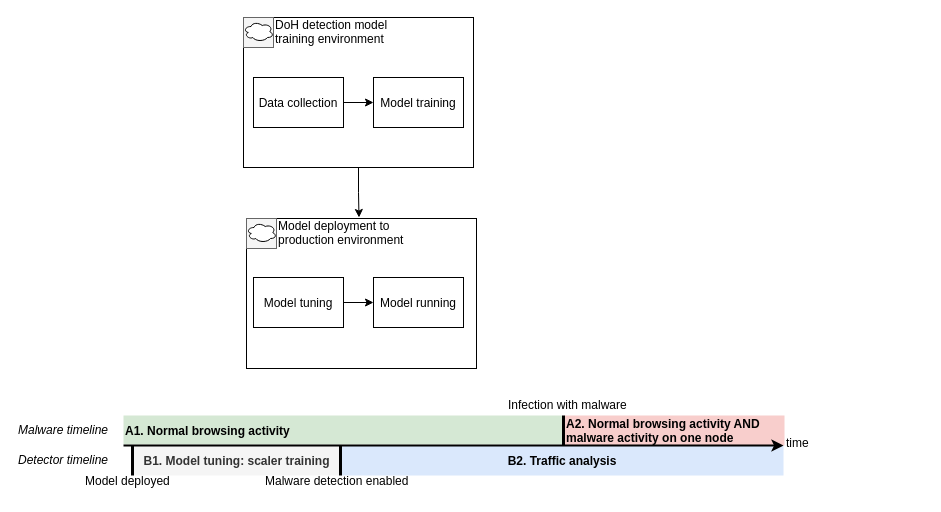
This is src/work/2023-03-08-flubot-multiple-nodes/timeline.dio from rrader/doh-flubot-detection, a draw.io file, before an edit. Source tidied: cells renumbered, new cells numbered last; positions are measured from the earlier drawing's top-left corner, leaving out a move shared by most shapes. Both pictures are drawn from the tidied source at 100%, with x=0, y=0 at pixel (16, 16).
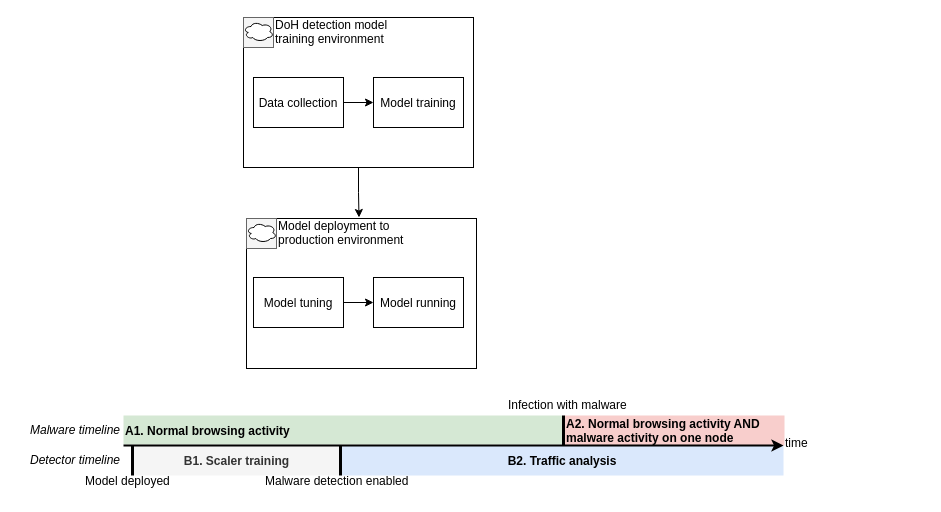
Above is the later version.

What changed in the source:
```diff
@@
-    <mxCell id="3" value="B1. Model tuning: scaler training" style="text;strokeColor=none;fillColor=#f5f5f5;align=center;verticalAlign=middle;rounded=0;fontStyle=1;fontColor=#333333;" parent="1" vertex="1">
+    <mxCell id="3" value="B1. Scaler training" style="text;strokeColor=none;fillColor=#f5f5f5;align=center;verticalAlign=middle;rounded=0;fontStyle=1;fontColor=#333333;" parent="1" vertex="1">
       <mxGeometry x="117" y="429" width="207" height="30" as="geometry" />
     </mxCell>
@@
     <mxCell id="28" value="Detector timeline" style="text;strokeColor=none;fillColor=none;align=left;verticalAlign=middle;rounded=0;fontStyle=2;" parent="1" vertex="1">
-      <mxGeometry y="428" width="117" height="30" as="geometry" />
+      <mxGeometry x="12" y="428" width="117" height="30" as="geometry" />
     </mxCell>
     <mxCell id="29" value="Malware timeline" style="text;strokeColor=none;fillColor=none;align=left;verticalAlign=middle;rounded=0;fontStyle=2;" parent="1" vertex="1">
-      <mxGeometry y="398" width="117" height="30" as="geometry" />
+      <mxGeometry x="12" y="398" width="117" height="30" as="geometry" />
     </mxCell>
     <mxCell id="30" value="time" style="text;strokeColor=none;fillColor=none;align=left;verticalAlign=middle;rounded=0;" parent="1" vertex="1">
-      <mxGeometry x="768" y="411" width="140" height="30" as="geometry" />
+      <mxGeometry x="767" y="411" width="32" height="30" as="geometry" />
     </mxCell>
```
